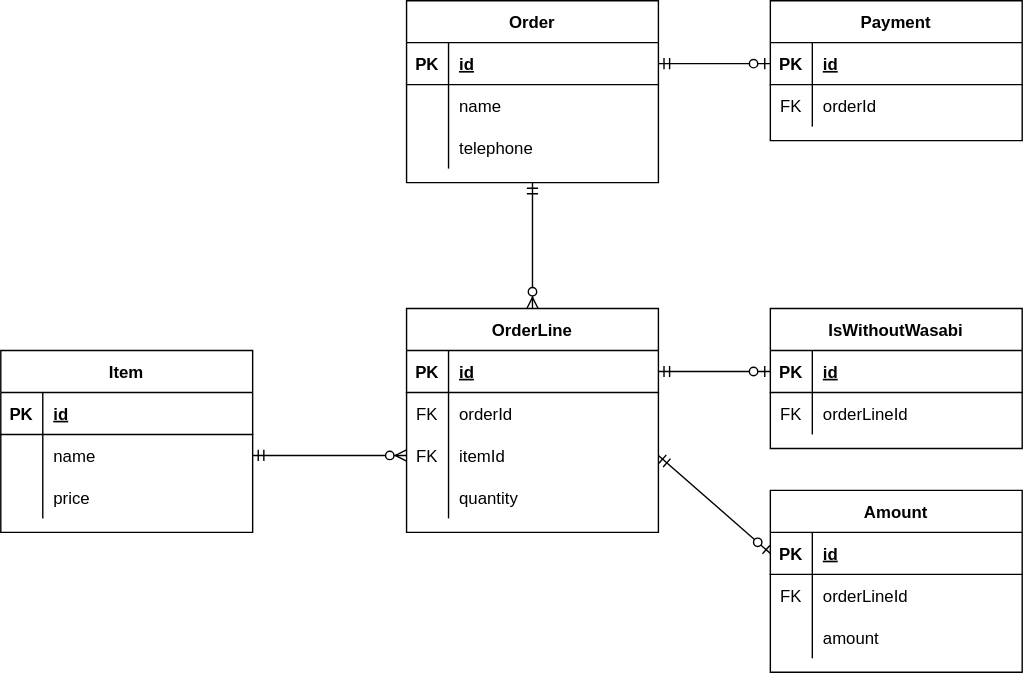
This is 28/answer2.drawio.svg from tomoya3178/praha-challenge, a draw.io export, as it was before one commit. Source tidied: cells renumbered, new cells last; positions are measured from the earlier drawing's top-left corner, leaving out a move shared by most shapes.
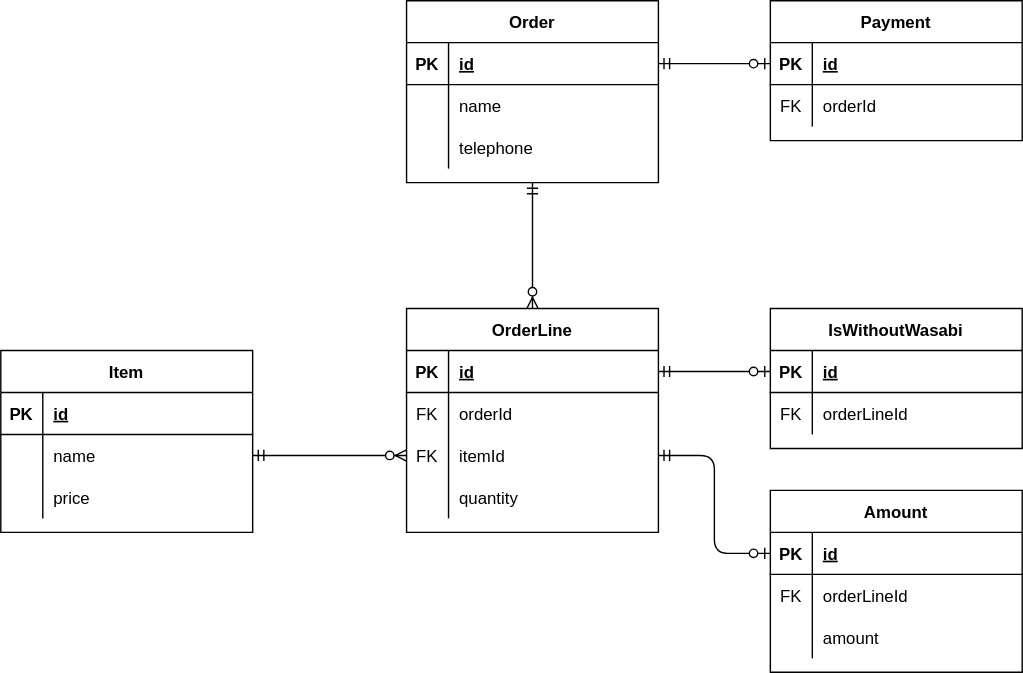
After the change.

The edit, as a diff of the source:
```diff
@@ -179,7 +179,7 @@
     <mxCell id="60" value="amount" style="shape=partialRectangle;fillColor=none;top=0;left=0;bottom=0;right=0;align=left;spacingLeft=6;overflow=hidden;" parent="58" vertex="1">
       <mxGeometry x="30" width="150" height="30" as="geometry" />
     </mxCell>
-    <mxCell id="61" style="fontSize=12;html=1;endArrow=ERzeroToOne;startArrow=ERmandOne;exitX=1;exitY=0.5;exitDx=0;exitDy=0;entryX=0;entryY=0.5;entryDx=0;entryDy=0;" parent="1" edge="1" source="19" target="52">
+    <mxCell id="61" style="fontSize=12;html=1;endArrow=ERzeroToOne;startArrow=ERmandOne;exitX=1;exitY=0.5;exitDx=0;exitDy=0;entryX=0;entryY=0.5;entryDx=0;entryDy=0;edgeStyle=orthogonalEdgeStyle;" parent="1" edge="1" source="19" target="52">
       <mxGeometry relative="1" as="geometry" />
     </mxCell>
     <mxCell id="62" style="edgeStyle=entityRelationEdgeStyle;fontSize=12;html=1;endArrow=ERzeroToMany;startArrow=ERmandOne;exitX=1;exitY=0.5;exitDx=0;exitDy=0;entryX=0;entryY=0.5;entryDx=0;entryDy=0;" parent="1" edge="1" source="36" target="19">
```
